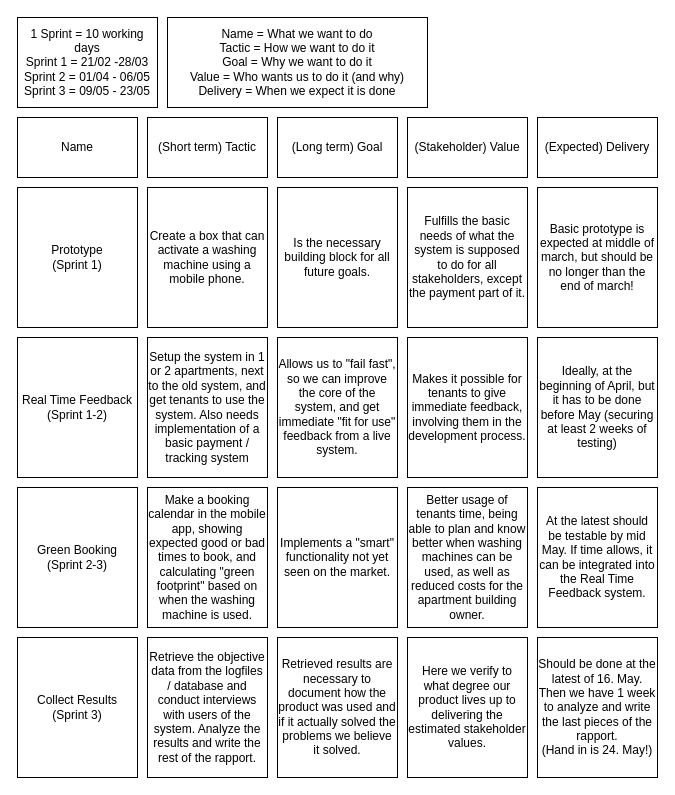
MartinBruun/P6 keeps this draw.io diagram as diagrams/RoadMap.drawio. Above is the earlier version. Source tidied: cells renumbered, new cells numbered last; positions are measured from the earlier drawing's top-left corner, leaving out a move shared by most shapes. Both pictures are drawn from the tidied source at 100%, with x=0, y=0 at pixel (17, 17).
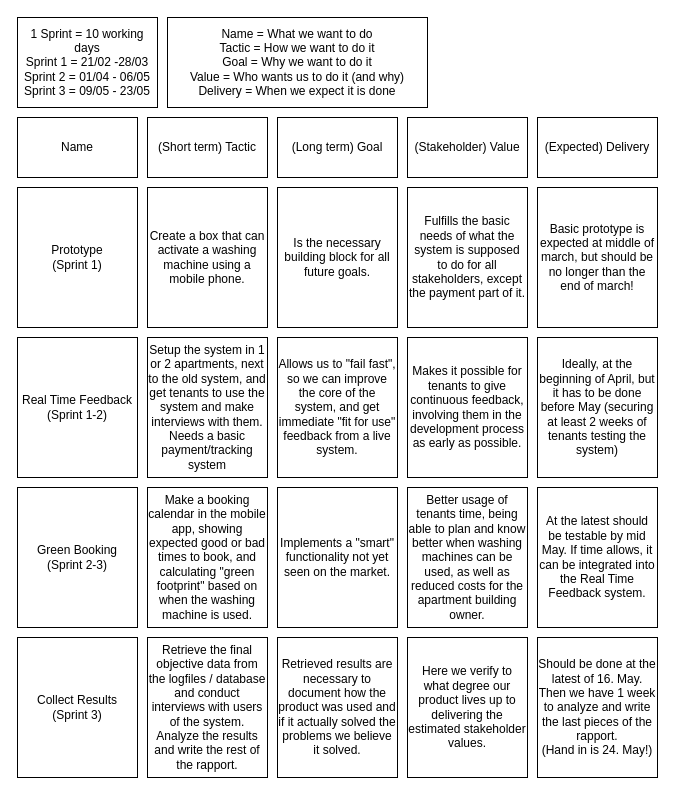
After the change.

The edit, as a diff of the source:
```diff
@@
-    <mxCell id="15" value="Setup the system in 1 or 2 apartments, next to the old system, and get tenants to use the system. Also needs implementation of a basic payment / tracking system" style="rounded=0;whiteSpace=wrap;html=1;" parent="1" vertex="1">
+    <mxCell id="15" value="Setup the system in 1 or 2 apartments, next to the old system, and get tenants to use the system and make interviews with them. Needs a basic payment/tracking system " style="rounded=0;whiteSpace=wrap;html=1;" parent="1" vertex="1">
       <mxGeometry x="130" y="320" width="120" height="140" as="geometry" />
     </mxCell>
@@
-    <mxCell id="17" value="Makes it possible for tenants to give immediate feedback, involving them in the development process." style="rounded=0;whiteSpace=wrap;html=1;" parent="1" vertex="1">
+    <mxCell id="17" value="Makes it possible for tenants to give continuous feedback, involving them in the development process as early as possible." style="rounded=0;whiteSpace=wrap;html=1;" parent="1" vertex="1">
       <mxGeometry x="390" y="320" width="120" height="140" as="geometry" />
     </mxCell>
-    <mxCell id="18" value="Ideally, at the beginning of April, but it has to be done before May (securing at least 2 weeks of testing)" style="rounded=0;whiteSpace=wrap;html=1;" parent="1" vertex="1">
+    <mxCell id="18" value="Ideally, at the beginning of April, but it has to be done before May (securing at least 2 weeks of tenants testing the system)" style="rounded=0;whiteSpace=wrap;html=1;" parent="1" vertex="1">
       <mxGeometry x="520" y="320" width="120" height="140" as="geometry" />
     </mxCell>
@@
-    <mxCell id="23" value="Retrieve the objective data from the logfiles / database and conduct interviews with users of the system. Analyze the results and write the rest of the rapport." style="rounded=0;whiteSpace=wrap;html=1;" parent="1" vertex="1">
+    <mxCell id="23" value="Retrieve the final objective data from the logfiles / database and conduct interviews with users of the system. Analyze the results and write the rest of the rapport." style="rounded=0;whiteSpace=wrap;html=1;" parent="1" vertex="1">
       <mxGeometry x="130" y="620" width="120" height="140" as="geometry" />
     </mxCell>
```
